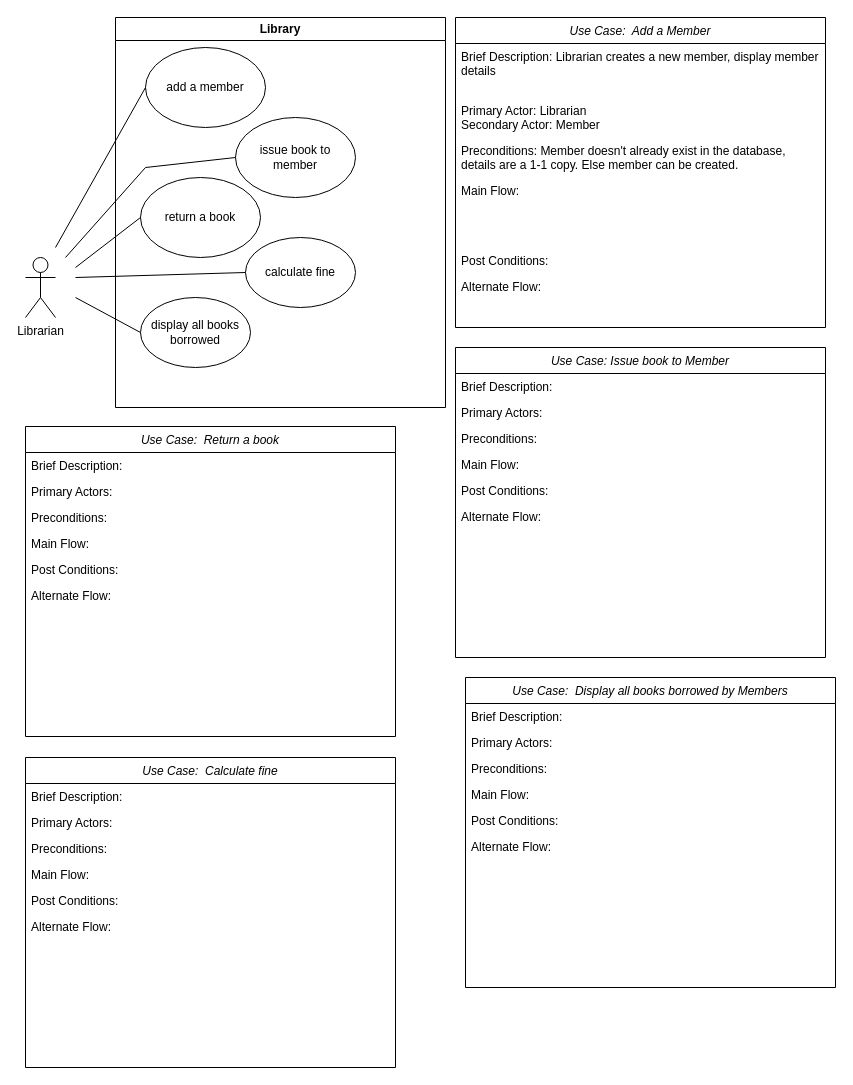
gablmao/library-system keeps this draw.io diagram as Untitled Diagram.drawio. Above is the earlier version. Source tidied: cells renumbered, new cells numbered last; positions are measured from the earlier drawing's top-left corner, leaving out a move shared by most shapes. Both pictures are drawn from the tidied source at 100%, with x=0, y=0 at pixel (25, 17).
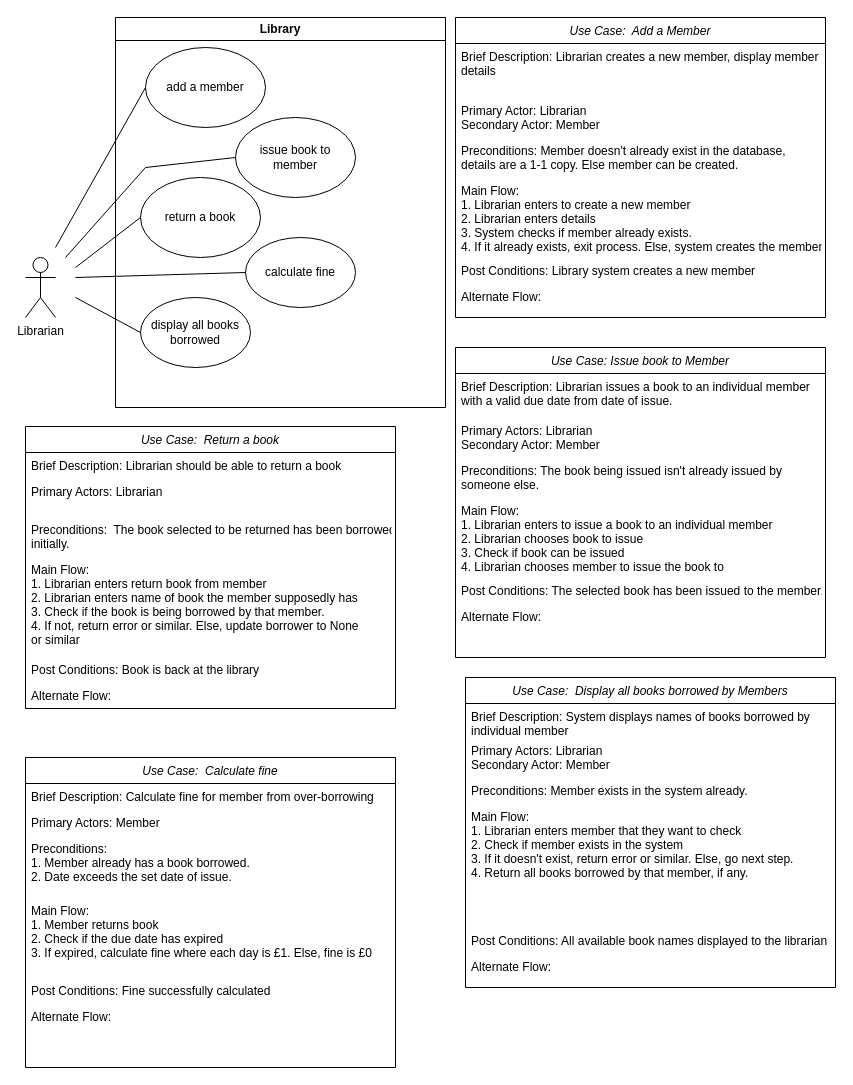
The same diagram, later.

Unchanged cells that the change refers to:
```xml
<mxCell id="17" value="Use Case: Issue book to Member" style="swimlane;fontStyle=2;align=center;verticalAlign=top;horizontal=1;startSize=26;rounded=0;shadow=0;strokeWidth=1;" parent="1" vertex="1">
  <mxGeometry x="430" y="330" width="370" height="310" as="geometry" />
</mxCell>
<mxCell id="31" value="Use Case:  Display all books borrowed by Members" style="swimlane;fontStyle=2;align=center;verticalAlign=top;horizontal=1;startSize=26;rounded=0;shadow=0;strokeWidth=1;" parent="1" vertex="1">
  <mxGeometry x="440" y="660" width="370" height="310" as="geometry" />
</mxCell>
<mxCell id="38" value="Use Case:  Calculate fine" style="swimlane;fontStyle=2;align=center;verticalAlign=top;horizontal=1;startSize=26;rounded=0;shadow=0;strokeWidth=1;" parent="1" vertex="1">
  <mxGeometry y="740" width="370" height="310" as="geometry" />
</mxCell>
```

What changed in the source:
```diff
@@
     <mxCell id="2" value="Use Case:  Add a Member" style="swimlane;fontStyle=2;align=center;verticalAlign=top;horizontal=1;startSize=26;rounded=0;shadow=0;strokeWidth=1;" parent="1" vertex="1">
-      <mxGeometry x="430" width="370" height="310" as="geometry" />
+      <mxGeometry x="430" width="370" height="300" as="geometry" />
     </mxCell>
@@
-    <mxCell id="6" value="Main Flow: " style="text;align=left;verticalAlign=top;spacingLeft=4;spacingRight=4;overflow=hidden;" parent="2" vertex="1">
-      <mxGeometry y="160" width="370" height="70" as="geometry" />
+    <mxCell id="6" value="Main Flow: &#10;1. Librarian enters to create a new member&#10;2. Librarian enters details&#10;3. System checks if member already exists.&#10;4. If it already exists, exit process. Else, system creates the member." style="text;align=left;verticalAlign=top;spacingLeft=4;spacingRight=4;overflow=hidden;" parent="2" vertex="1">
+      <mxGeometry y="160" width="370" height="80" as="geometry" />
     </mxCell>
-    <mxCell id="7" value="Post Conditions:" style="text;align=left;verticalAlign=top;spacingLeft=4;spacingRight=4;overflow=hidden;" parent="2" vertex="1">
-      <mxGeometry y="230" width="370" height="26" as="geometry" />
+    <mxCell id="7" value="Post Conditions: Library system creates a new member" style="text;align=left;verticalAlign=top;spacingLeft=4;spacingRight=4;overflow=hidden;" parent="2" vertex="1">
+      <mxGeometry y="240" width="370" height="26" as="geometry" />
     </mxCell>
     <mxCell id="8" value="Alternate Flow:" style="text;align=left;verticalAlign=top;spacingLeft=4;spacingRight=4;overflow=hidden;" parent="2" vertex="1">
-      <mxGeometry y="256" width="370" height="26" as="geometry" />
+      <mxGeometry y="266" width="370" height="34" as="geometry" />
     </mxCell>
@@
-    <mxCell id="18" value="Brief Description: " style="text;align=left;verticalAlign=top;spacingLeft=4;spacingRight=4;overflow=hidden;" parent="17" vertex="1">
-      <mxGeometry y="26" width="370" height="26" as="geometry" />
+    <mxCell id="18" value="Brief Description: Librarian issues a book to an individual member&#10;with a valid due date from date of issue." style="text;align=left;verticalAlign=top;spacingLeft=4;spacingRight=4;overflow=hidden;" parent="17" vertex="1">
+      <mxGeometry y="26" width="370" height="44" as="geometry" />
     </mxCell>
-    <mxCell id="19" value="Primary Actors: " style="text;align=left;verticalAlign=top;spacingLeft=4;spacingRight=4;overflow=hidden;rounded=0;shadow=0;html=0;" parent="17" vertex="1">
-      <mxGeometry y="52" width="370" height="26" as="geometry" />
+    <mxCell id="19" value="Primary Actors: Librarian&#10;Secondary Actor: Member" style="text;align=left;verticalAlign=top;spacingLeft=4;spacingRight=4;overflow=hidden;rounded=0;shadow=0;html=0;" parent="17" vertex="1">
+      <mxGeometry y="70" width="370" height="40" as="geometry" />
     </mxCell>
-    <mxCell id="20" value="Preconditions: " style="text;align=left;verticalAlign=top;spacingLeft=4;spacingRight=4;overflow=hidden;rounded=0;shadow=0;html=0;" parent="17" vertex="1">
-      <mxGeometry y="78" width="370" height="26" as="geometry" />
+    <mxCell id="20" value="Preconditions: The book being issued isn't already issued by &#10;someone else." style="text;align=left;verticalAlign=top;spacingLeft=4;spacingRight=4;overflow=hidden;rounded=0;shadow=0;html=0;" parent="17" vertex="1">
+      <mxGeometry y="110" width="370" height="40" as="geometry" />
     </mxCell>
-    <mxCell id="21" value="Main Flow: " style="text;align=left;verticalAlign=top;spacingLeft=4;spacingRight=4;overflow=hidden;" parent="17" vertex="1">
-      <mxGeometry y="104" width="370" height="26" as="geometry" />
+    <mxCell id="21" value="Main Flow: &#10;1. Librarian enters to issue a book to an individual member&#10;2. Librarian chooses book to issue&#10;3. Check if book can be issued&#10;4. Librarian chooses member to issue the book to" style="text;align=left;verticalAlign=top;spacingLeft=4;spacingRight=4;overflow=hidden;" parent="17" vertex="1">
+      <mxGeometry y="150" width="370" height="80" as="geometry" />
     </mxCell>
-    <mxCell id="22" value="Post Conditions:" style="text;align=left;verticalAlign=top;spacingLeft=4;spacingRight=4;overflow=hidden;" parent="17" vertex="1">
-      <mxGeometry y="130" width="370" height="26" as="geometry" />
+    <mxCell id="22" value="Post Conditions: The selected book has been issued to the member." style="text;align=left;verticalAlign=top;spacingLeft=4;spacingRight=4;overflow=hidden;" parent="17" vertex="1">
+      <mxGeometry y="230" width="370" height="26" as="geometry" />
     </mxCell>
     <mxCell id="23" value="Alternate Flow:" style="text;align=left;verticalAlign=top;spacingLeft=4;spacingRight=4;overflow=hidden;" parent="17" vertex="1">
-      <mxGeometry y="156" width="370" height="26" as="geometry" />
+      <mxGeometry y="256" width="370" height="26" as="geometry" />
     </mxCell>
     <mxCell id="24" value="Use Case:  Return a book" style="swimlane;fontStyle=2;align=center;verticalAlign=top;horizontal=1;startSize=26;rounded=0;shadow=0;strokeWidth=1;" parent="1" vertex="1">
-      <mxGeometry y="409" width="370" height="310" as="geometry" />
+      <mxGeometry y="409" width="370" height="282" as="geometry" />
     </mxCell>
-    <mxCell id="25" value="Brief Description: " style="text;align=left;verticalAlign=top;spacingLeft=4;spacingRight=4;overflow=hidden;" parent="24" vertex="1">
+    <mxCell id="25" value="Brief Description: Librarian should be able to return a book" style="text;align=left;verticalAlign=top;spacingLeft=4;spacingRight=4;overflow=hidden;" parent="24" vertex="1">
       <mxGeometry y="26" width="370" height="26" as="geometry" />
     </mxCell>
-    <mxCell id="26" value="Primary Actors: " style="text;align=left;verticalAlign=top;spacingLeft=4;spacingRight=4;overflow=hidden;rounded=0;shadow=0;html=0;" parent="24" vertex="1">
-      <mxGeometry y="52" width="370" height="26" as="geometry" />
+    <mxCell id="26" value="Primary Actors: Librarian" style="text;align=left;verticalAlign=top;spacingLeft=4;spacingRight=4;overflow=hidden;rounded=0;shadow=0;html=0;" parent="24" vertex="1">
+      <mxGeometry y="52" width="370" height="38" as="geometry" />
     </mxCell>
-    <mxCell id="27" value="Preconditions: " style="text;align=left;verticalAlign=top;spacingLeft=4;spacingRight=4;overflow=hidden;rounded=0;shadow=0;html=0;" parent="24" vertex="1">
-      <mxGeometry y="78" width="370" height="26" as="geometry" />
+    <mxCell id="27" value="Preconditions:  The book selected to be returned has been borrowed&#10;initially." style="text;align=left;verticalAlign=top;spacingLeft=4;spacingRight=4;overflow=hidden;rounded=0;shadow=0;html=0;" parent="24" vertex="1">
+      <mxGeometry y="90" width="370" height="40" as="geometry" />
     </mxCell>
-    <mxCell id="28" value="Main Flow: " style="text;align=left;verticalAlign=top;spacingLeft=4;spacingRight=4;overflow=hidden;" parent="24" vertex="1">
-      <mxGeometry y="104" width="370" height="26" as="geometry" />
+    <mxCell id="28" value="Main Flow: &#10;1. Librarian enters return book from member&#10;2. Librarian enters name of book the member supposedly has&#10;3. Check if the book is being borrowed by that member.&#10;4. If not, return error or similar. Else, update borrower to None&#10;or similar" style="text;align=left;verticalAlign=top;spacingLeft=4;spacingRight=4;overflow=hidden;" parent="24" vertex="1">
+      <mxGeometry y="130" width="370" height="100" as="geometry" />
     </mxCell>
-    <mxCell id="29" value="Post Conditions:" style="text;align=left;verticalAlign=top;spacingLeft=4;spacingRight=4;overflow=hidden;" parent="24" vertex="1">
-      <mxGeometry y="130" width="370" height="26" as="geometry" />
+    <mxCell id="29" value="Post Conditions: Book is back at the library" style="text;align=left;verticalAlign=top;spacingLeft=4;spacingRight=4;overflow=hidden;" parent="24" vertex="1">
+      <mxGeometry y="230" width="370" height="26" as="geometry" />
     </mxCell>
     <mxCell id="30" value="Alternate Flow:" style="text;align=left;verticalAlign=top;spacingLeft=4;spacingRight=4;overflow=hidden;" parent="24" vertex="1">
-      <mxGeometry y="156" width="370" height="26" as="geometry" />
+      <mxGeometry y="256" width="370" height="26" as="geometry" />
     </mxCell>
@@
-    <mxCell id="32" value="Brief Description: " style="text;align=left;verticalAlign=top;spacingLeft=4;spacingRight=4;overflow=hidden;" parent="31" vertex="1">
-      <mxGeometry y="26" width="370" height="26" as="geometry" />
+    <mxCell id="32" value="Brief Description: System displays names of books borrowed by &#10;individual member" style="text;align=left;verticalAlign=top;spacingLeft=4;spacingRight=4;overflow=hidden;" parent="31" vertex="1">
+      <mxGeometry y="26" width="370" height="34" as="geometry" />
     </mxCell>
-    <mxCell id="33" value="Primary Actors: " style="text;align=left;verticalAlign=top;spacingLeft=4;spacingRight=4;overflow=hidden;rounded=0;shadow=0;html=0;" parent="31" vertex="1">
-      <mxGeometry y="52" width="370" height="26" as="geometry" />
+    <mxCell id="33" value="Primary Actors: Librarian&#10;Secondary Actor: Member" style="text;align=left;verticalAlign=top;spacingLeft=4;spacingRight=4;overflow=hidden;rounded=0;shadow=0;html=0;" parent="31" vertex="1">
+      <mxGeometry y="60" width="370" height="40" as="geometry" />
     </mxCell>
-    <mxCell id="34" value="Preconditions: " style="text;align=left;verticalAlign=top;spacingLeft=4;spacingRight=4;overflow=hidden;rounded=0;shadow=0;html=0;" parent="31" vertex="1">
-      <mxGeometry y="78" width="370" height="26" as="geometry" />
+    <mxCell id="34" value="Preconditions: Member exists in the system already." style="text;align=left;verticalAlign=top;spacingLeft=4;spacingRight=4;overflow=hidden;rounded=0;shadow=0;html=0;" parent="31" vertex="1">
+      <mxGeometry y="100" width="370" height="26" as="geometry" />
     </mxCell>
-    <mxCell id="35" value="Main Flow: " style="text;align=left;verticalAlign=top;spacingLeft=4;spacingRight=4;overflow=hidden;" parent="31" vertex="1">
-      <mxGeometry y="104" width="370" height="26" as="geometry" />
+    <mxCell id="35" value="Main Flow: &#10;1. Librarian enters member that they want to check&#10;2. Check if member exists in the system&#10;3. If it doesn't exist, return error or similar. Else, go next step.&#10;4. Return all books borrowed by that member, if any." style="text;align=left;verticalAlign=top;spacingLeft=4;spacingRight=4;overflow=hidden;" parent="31" vertex="1">
+      <mxGeometry y="126" width="370" height="124" as="geometry" />
     </mxCell>
-    <mxCell id="36" value="Post Conditions:" style="text;align=left;verticalAlign=top;spacingLeft=4;spacingRight=4;overflow=hidden;" parent="31" vertex="1">
-      <mxGeometry y="130" width="370" height="26" as="geometry" />
+    <mxCell id="36" value="Post Conditions: All available book names displayed to the librarian" style="text;align=left;verticalAlign=top;spacingLeft=4;spacingRight=4;overflow=hidden;" parent="31" vertex="1">
+      <mxGeometry y="250" width="370" height="26" as="geometry" />
     </mxCell>
     <mxCell id="37" value="Alternate Flow:" style="text;align=left;verticalAlign=top;spacingLeft=4;spacingRight=4;overflow=hidden;" parent="31" vertex="1">
-      <mxGeometry y="156" width="370" height="26" as="geometry" />
+      <mxGeometry y="276" width="370" height="26" as="geometry" />
     </mxCell>
@@
-    <mxCell id="39" value="Brief Description: " style="text;align=left;verticalAlign=top;spacingLeft=4;spacingRight=4;overflow=hidden;" parent="38" vertex="1">
+    <mxCell id="39" value="Brief Description: Calculate fine for member from over-borrowing" style="text;align=left;verticalAlign=top;spacingLeft=4;spacingRight=4;overflow=hidden;" parent="38" vertex="1">
       <mxGeometry y="26" width="370" height="26" as="geometry" />
     </mxCell>
-    <mxCell id="40" value="Primary Actors: " style="text;align=left;verticalAlign=top;spacingLeft=4;spacingRight=4;overflow=hidden;rounded=0;shadow=0;html=0;" parent="38" vertex="1">
+    <mxCell id="40" value="Primary Actors: Member" style="text;align=left;verticalAlign=top;spacingLeft=4;spacingRight=4;overflow=hidden;rounded=0;shadow=0;html=0;" parent="38" vertex="1">
       <mxGeometry y="52" width="370" height="26" as="geometry" />
     </mxCell>
-    <mxCell id="41" value="Preconditions: " style="text;align=left;verticalAlign=top;spacingLeft=4;spacingRight=4;overflow=hidden;rounded=0;shadow=0;html=0;" parent="38" vertex="1">
-      <mxGeometry y="78" width="370" height="26" as="geometry" />
+    <mxCell id="41" value="Preconditions: &#10;1. Member already has a book borrowed.&#10;2. Date exceeds the set date of issue." style="text;align=left;verticalAlign=top;spacingLeft=4;spacingRight=4;overflow=hidden;rounded=0;shadow=0;html=0;" parent="38" vertex="1">
+      <mxGeometry y="78" width="370" height="62" as="geometry" />
     </mxCell>
-    <mxCell id="42" value="Main Flow: " style="text;align=left;verticalAlign=top;spacingLeft=4;spacingRight=4;overflow=hidden;" parent="38" vertex="1">
-      <mxGeometry y="104" width="370" height="26" as="geometry" />
+    <mxCell id="42" value="Main Flow: &#10;1. Member returns book&#10;2. Check if the due date has expired&#10;3. If expired, calculate fine where each day is £1. Else, fine is £0" style="text;align=left;verticalAlign=top;spacingLeft=4;spacingRight=4;overflow=hidden;" parent="38" vertex="1">
+      <mxGeometry y="140" width="370" height="80" as="geometry" />
     </mxCell>
-    <mxCell id="43" value="Post Conditions:" style="text;align=left;verticalAlign=top;spacingLeft=4;spacingRight=4;overflow=hidden;" parent="38" vertex="1">
-      <mxGeometry y="130" width="370" height="26" as="geometry" />
+    <mxCell id="43" value="Post Conditions: Fine successfully calculated" style="text;align=left;verticalAlign=top;spacingLeft=4;spacingRight=4;overflow=hidden;" parent="38" vertex="1">
+      <mxGeometry y="220" width="370" height="26" as="geometry" />
     </mxCell>
     <mxCell id="44" value="Alternate Flow:" style="text;align=left;verticalAlign=top;spacingLeft=4;spacingRight=4;overflow=hidden;" parent="38" vertex="1">
-      <mxGeometry y="156" width="370" height="26" as="geometry" />
+      <mxGeometry y="246" width="370" height="26" as="geometry" />
     </mxCell>
```
